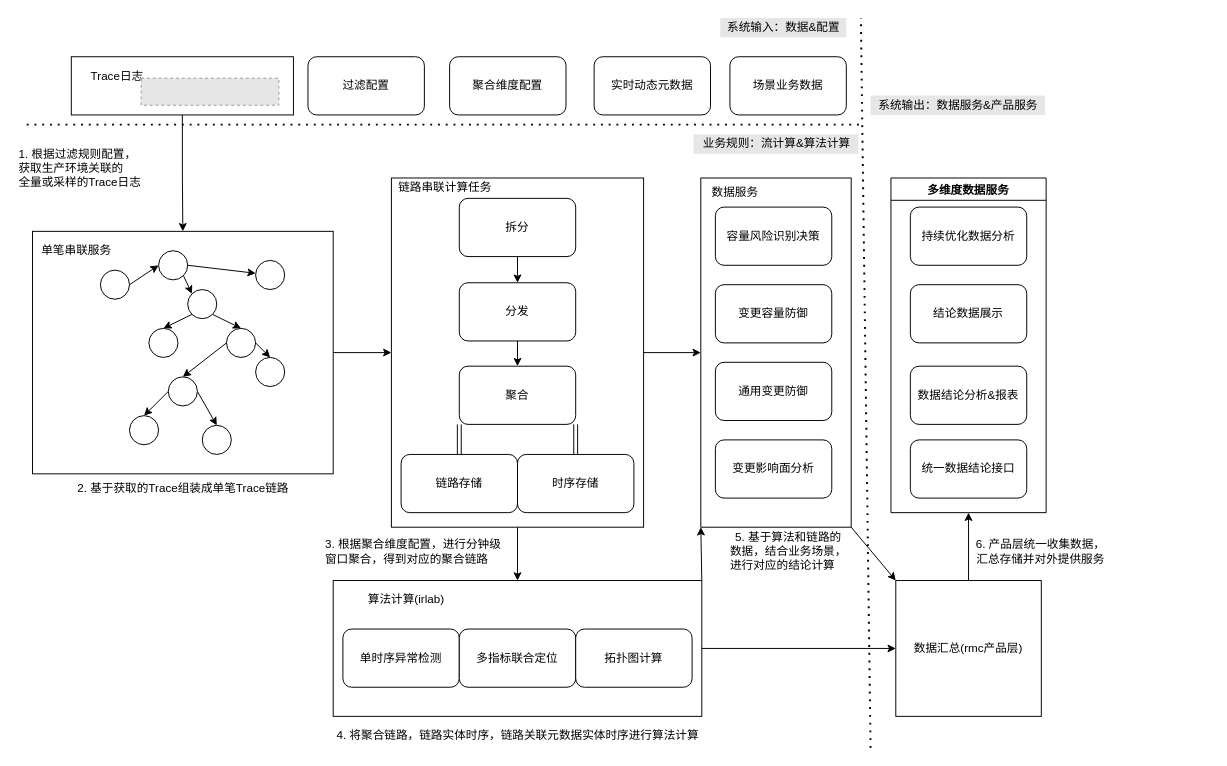
Above: 蚂蚁金服/整体工程结构.drawio in frankneu/draw.io (draw.io), before the change. Source tidied: cells renumbered, new cells numbered last; positions are measured from the earlier drawing's top-left corner, leaving out a move shared by most shapes. Both pictures are drawn from the tidied source at 97%, with x=0, y=0 at pixel (16, 17). Pictures stored in the file or linked from it are replaced by grey dashed boxes.
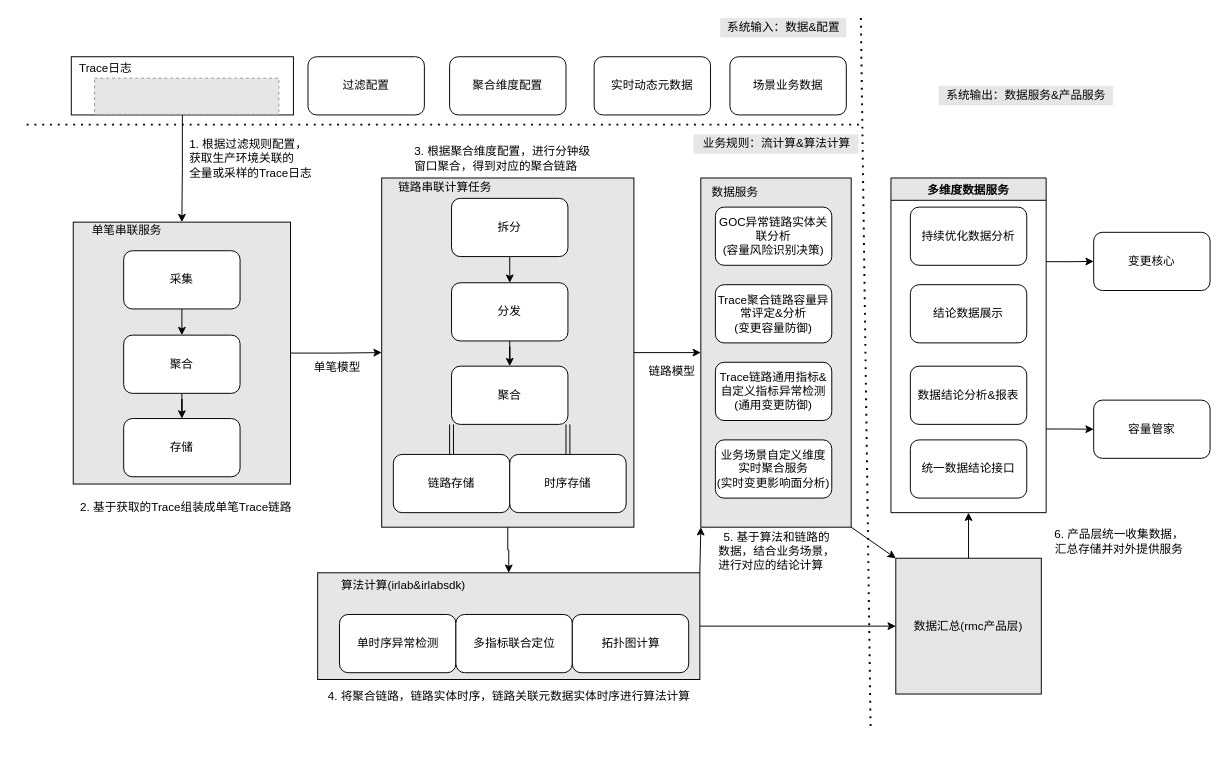
The same diagram, later.

Commit message (it also covers changes not shown here):
Update 整体工程结构.drawio

The edit, as a diff of the source:
```diff
@@
-    <mxCell id="2" style="rounded=0;whiteSpace=wrap;html=1;" parent="1" vertex="1">
+    <mxCell id="2" style="rounded=0;whiteSpace=wrap;html=1;fillColor=#E6E6E6;" parent="1" vertex="1">
       <mxGeometry x="705" y="165" width="155" height="360" as="geometry" />
     </mxCell>
@@
-    <mxCell id="6" style="rounded=0;whiteSpace=wrap;html=1;" parent="1" vertex="1">
-      <mxGeometry x="16" y="220" width="310" height="250" as="geometry" />
+    <mxCell id="6" style="rounded=0;whiteSpace=wrap;html=1;fillColor=#E6E6E6;" parent="1" vertex="1">
+      <mxGeometry x="58" y="210.5" width="224" height="270" as="geometry" />
     </mxCell>
@@
-    <mxCell id="8" style="edgeStyle=none;rounded=0;jettySize=auto;html=1;exitX=1;exitY=0.5;exitDx=0;exitDy=0;entryX=0;entryY=0.5;entryDx=0;entryDy=0;" parent="1" edge="1" source="10">
+    <mxCell id="8" style="edgeStyle=none;rounded=0;orthogonalLoop=1;jettySize=auto;html=1;exitX=1;exitY=0.5;exitDx=0;exitDy=0;entryX=0;entryY=0.5;entryDx=0;entryDy=0;" parent="1" edge="1">
       <mxGeometry relative="1" as="geometry">
-        <mxPoint x="576" y="347.5" as="targetPoint" />
+        <mxPoint x="628" y="345" as="sourcePoint" />
+        <mxPoint x="568" y="347.5" as="targetPoint" />
       </mxGeometry>
     </mxCell>
@@
-    <mxCell id="10" style="rounded=0;whiteSpace=wrap;html=1;" parent="1" vertex="1">
-      <mxGeometry x="386" y="165" width="260" height="360" as="geometry" />
+    <mxCell id="10" style="rounded=0;whiteSpace=wrap;html=1;fillColor=#E6E6E6;" parent="1" vertex="1">
+      <mxGeometry x="376" y="165" width="260" height="360" as="geometry" />
     </mxCell>
@@
-    <mxCell id="14" style="rounded=0;whiteSpace=wrap;html=1;" parent="1" vertex="1">
-      <mxGeometry x="326" y="580" width="380" height="140" as="geometry" />
+    <mxCell id="14" style="rounded=0;whiteSpace=wrap;html=1;fillColor=#E6E6E6;" parent="1" vertex="1">
+      <mxGeometry x="310" y="572" width="394" height="110" as="geometry" />
     </mxCell>
     <mxCell id="15" value="Trace日志" style="text;html=1;align=center;verticalAlign=middle;strokeColor=none;" parent="1" vertex="1">
-      <mxGeometry x="68" y="50" width="70" height="20" as="geometry" />
+      <mxGeometry x="56" y="42.2" width="70" height="20" as="geometry" />
     </mxCell>
     <mxCell id="16" value="单笔串联服务" style="text;html=1;align=center;verticalAlign=middle;strokeColor=none;" parent="1" vertex="1">
-      <mxGeometry x="16" y="230" width="90" height="20" as="geometry" />
+      <mxGeometry x="68" y="208.5" width="90" height="20" as="geometry" />
     </mxCell>
@@
-    <mxCell id="19" value="算法计算(irlab)" style="text;html=1;align=center;verticalAlign=middle;strokeColor=none;" parent="1" vertex="1">
-      <mxGeometry x="356" y="590" width="90" height="20" as="geometry" />
+    <mxCell id="19" value="算法计算(irlab&amp;amp;irlabsdk)" style="text;html=1;align=center;verticalAlign=middle;strokeColor=none;" parent="1" vertex="1">
+      <mxGeometry x="327.5" y="575" width="140" height="20" as="geometry" />
     </mxCell>
-    <mxCell id="20" style="rounded=0;jettySize=auto;html=1;exitX=0;exitY=1;exitDx=0;exitDy=0;entryX=0.5;entryY=0;entryDx=0;entryDy=0;" parent="1" edge="1" source="22" target="24">
-      <mxGeometry relative="1" as="geometry" />
-    </mxCell>
-    <mxCell id="21" style="rounded=0;jettySize=auto;html=1;exitX=1;exitY=1;exitDx=0;exitDy=0;entryX=0.5;entryY=0;entryDx=0;entryDy=0;" parent="1" edge="1" source="22" target="30">
-      <mxGeometry relative="1" as="geometry" />
-    </mxCell>
-    <mxCell id="22" style="ellipse;whiteSpace=wrap;html=1;" parent="1" vertex="1">
-      <mxGeometry x="176" y="280" width="30" height="30" as="geometry" />
-    </mxCell>
-    <mxCell id="23" style="ellipse;whiteSpace=wrap;html=1;" parent="1" vertex="1">
-      <mxGeometry x="191" y="420" width="30" height="30" as="geometry" />
-    </mxCell>
-    <mxCell id="24" style="ellipse;whiteSpace=wrap;html=1;" parent="1" vertex="1">
-      <mxGeometry x="136" y="320" width="30" height="30" as="geometry" />
-    </mxCell>
-    <mxCell id="25" style="rounded=0;jettySize=auto;html=1;exitX=1;exitY=0.5;exitDx=0;exitDy=0;entryX=0.5;entryY=0;entryDx=0;entryDy=0;" parent="1" edge="1" source="27" target="23">
-      <mxGeometry relative="1" as="geometry" />
-    </mxCell>
-    <mxCell id="26" style="rounded=0;jettySize=auto;html=1;exitX=0;exitY=0.5;exitDx=0;exitDy=0;entryX=0.5;entryY=0;entryDx=0;entryDy=0;" parent="1" edge="1" source="27" target="32">
-      <mxGeometry relative="1" as="geometry" />
-    </mxCell>
-    <mxCell id="27" style="ellipse;whiteSpace=wrap;html=1;" parent="1" vertex="1">
-      <mxGeometry x="156" y="370" width="30" height="30" as="geometry" />
-    </mxCell>
-    <mxCell id="28" style="rounded=0;jettySize=auto;html=1;exitX=1;exitY=0.5;exitDx=0;exitDy=0;entryX=0.5;entryY=0;entryDx=0;entryDy=0;" parent="1" edge="1" source="30" target="33">
-      <mxGeometry relative="1" as="geometry" />
-    </mxCell>
-    <mxCell id="29" style="rounded=0;jettySize=auto;html=1;exitX=0;exitY=0.5;exitDx=0;exitDy=0;entryX=0.5;entryY=0;entryDx=0;entryDy=0;" parent="1" edge="1" source="30" target="27">
-      <mxGeometry relative="1" as="geometry" />
-    </mxCell>
-    <mxCell id="30" style="ellipse;whiteSpace=wrap;html=1;" parent="1" vertex="1">
-      <mxGeometry x="216" y="320" width="30" height="30" as="geometry" />
-    </mxCell>
-    <mxCell id="31" style="ellipse;whiteSpace=wrap;html=1;" parent="1" vertex="1">
-      <mxGeometry x="246" y="250" width="30" height="30" as="geometry" />
-    </mxCell>
-    <mxCell id="32" style="ellipse;whiteSpace=wrap;html=1;" parent="1" vertex="1">
-      <mxGeometry x="116" y="410" width="30" height="30" as="geometry" />
-    </mxCell>
-    <mxCell id="33" style="ellipse;whiteSpace=wrap;html=1;" parent="1" vertex="1">
-      <mxGeometry x="246" y="350" width="30" height="30" as="geometry" />
-    </mxCell>
-    <mxCell id="34" style="rounded=0;jettySize=auto;html=1;exitX=1;exitY=0.5;exitDx=0;exitDy=0;entryX=0;entryY=0.5;entryDx=0;entryDy=0;" parent="1" edge="1" source="35" target="38">
-      <mxGeometry relative="1" as="geometry" />
-    </mxCell>
-    <mxCell id="35" style="ellipse;whiteSpace=wrap;html=1;" parent="1" vertex="1">
-      <mxGeometry x="86" y="260" width="30" height="30" as="geometry" />
-    </mxCell>
-    <mxCell id="36" style="rounded=0;jettySize=auto;html=1;exitX=1;exitY=0.5;exitDx=0;exitDy=0;" parent="1" edge="1" source="38" target="31">
-      <mxGeometry relative="1" as="geometry" />
-    </mxCell>
-    <mxCell id="37" style="rounded=0;jettySize=auto;html=1;exitX=1;exitY=1;exitDx=0;exitDy=0;entryX=0;entryY=0;entryDx=0;entryDy=0;" parent="1" edge="1" source="38" target="22">
-      <mxGeometry relative="1" as="geometry" />
-    </mxCell>
-    <mxCell id="38" style="ellipse;whiteSpace=wrap;html=1;" parent="1" vertex="1">
-      <mxGeometry x="146" y="240" width="30" height="30" as="geometry" />
-    </mxCell>
@@
     <mxCell id="40" value="分发" style="rounded=1;whiteSpace=wrap;html=1;" parent="1" vertex="1">
-      <mxGeometry x="456" y="273" width="120" height="60" as="geometry" />
+      <mxGeometry x="448" y="273" width="120" height="60" as="geometry" />
     </mxCell>
@@
     <mxCell id="42" value="聚合" style="rounded=1;whiteSpace=wrap;html=1;" parent="1" vertex="1">
-      <mxGeometry x="456" y="359" width="120" height="60" as="geometry" />
+      <mxGeometry x="448" y="359" width="120" height="60" as="geometry" />
     </mxCell>
@@
     <mxCell id="44" value="链路存储" style="rounded=1;whiteSpace=wrap;html=1;" parent="1" vertex="1">
-      <mxGeometry x="396" y="450" width="120" height="60" as="geometry" />
+      <mxGeometry x="388" y="450" width="120" height="60" as="geometry" />
     </mxCell>
     <mxCell id="45" style="fillColor=#E6E6E6;strokeColor=#999999;dashed=1;verticalLabelPosition=bottom;labelBackgroundColor=#ffffff;verticalAlign=top;" parent="1" vertex="1">
-      <mxGeometry x="128" y="62.1" width="142" height="27.9" as="geometry" />
+      <mxGeometry x="80" y="62.1" width="190" height="37.3" as="geometry" />
     </mxCell>
@@
     <mxCell id="47" value="时序存储" style="rounded=1;whiteSpace=wrap;html=1;" parent="1" vertex="1">
-      <mxGeometry x="516" y="450" width="120" height="60" as="geometry" />
+      <mxGeometry x="508" y="450" width="120" height="60" as="geometry" />
     </mxCell>
@@
     <mxCell id="50" value="拆分" style="rounded=1;whiteSpace=wrap;html=1;" parent="1" vertex="1">
-      <mxGeometry x="456" y="186" width="120" height="60" as="geometry" />
+      <mxGeometry x="448" y="186" width="120" height="60" as="geometry" />
     </mxCell>
     <mxCell id="51" value="单时序异常检测" style="rounded=1;whiteSpace=wrap;html=1;" parent="1" vertex="1">
-      <mxGeometry x="336" y="630" width="120" height="60" as="geometry" />
+      <mxGeometry x="332.5" y="615" width="120" height="60" as="geometry" />
     </mxCell>
     <mxCell id="52" value="多指标联合定位" style="rounded=1;whiteSpace=wrap;html=1;" parent="1" vertex="1">
-      <mxGeometry x="456" y="630" width="120" height="60" as="geometry" />
+      <mxGeometry x="452.5" y="615" width="120" height="60" as="geometry" />
     </mxCell>
     <mxCell id="53" value="拓扑图计算" style="rounded=1;whiteSpace=wrap;html=1;" parent="1" vertex="1">
-      <mxGeometry x="576" y="630" width="120" height="60" as="geometry" />
+      <mxGeometry x="572.5" y="615" width="120" height="60" as="geometry" />
     </mxCell>
@@
-    <mxCell id="55" value="数据汇总(rmc产品层)" style="rounded=0;whiteSpace=wrap;html=1;" parent="1" vertex="1">
-      <mxGeometry x="906" y="580" width="150" height="140" as="geometry" />
+    <mxCell id="55" value="数据汇总(rmc产品层)" style="rounded=0;whiteSpace=wrap;html=1;fillColor=#E6E6E6;" parent="1" vertex="1">
+      <mxGeometry x="906" y="557" width="150" height="140" as="geometry" />
     </mxCell>
@@
-    <mxCell id="57" value="容量风险识别决策" style="rounded=1;whiteSpace=wrap;html=1;" parent="1" vertex="1">
+    <mxCell id="57" value="GOC异常链路实体关联分析&lt;br&gt;(容量风险识别决策)" style="rounded=1;whiteSpace=wrap;html=1;" parent="1" vertex="1">
       <mxGeometry x="720" y="195" width="120" height="60" as="geometry" />
     </mxCell>
-    <mxCell id="58" value="变更容量防御" style="rounded=1;whiteSpace=wrap;html=1;" parent="1" vertex="1">
+    <mxCell id="58" value="Trace聚合链路容量异常评定&amp;amp;分析&lt;br&gt;(变更容量防御)" style="rounded=1;whiteSpace=wrap;html=1;" parent="1" vertex="1">
       <mxGeometry x="720" y="275" width="120" height="60" as="geometry" />
     </mxCell>
-    <mxCell id="59" value="通用变更防御" style="rounded=1;whiteSpace=wrap;html=1;" parent="1" vertex="1">
+    <mxCell id="59" value="Trace链路通用指标&amp;amp;自定义指标异常检测&lt;br&gt;(通用变更防御)" style="rounded=1;whiteSpace=wrap;html=1;" parent="1" vertex="1">
       <mxGeometry x="720" y="355" width="120" height="60" as="geometry" />
     </mxCell>
-    <mxCell id="60" value="变更影响面分析" style="rounded=1;whiteSpace=wrap;html=1;" parent="1" vertex="1">
+    <mxCell id="60" value="业务场景自定义维度实时聚合服务&lt;br&gt;(实时变更影响面分析)" style="rounded=1;whiteSpace=wrap;html=1;" parent="1" vertex="1">
       <mxGeometry x="720" y="435" width="120" height="60" as="geometry" />
     </mxCell>
     <mxCell id="61" style="endArrow=none;dashed=1;html=1;dashPattern=1 3;strokeWidth=2;" parent="1" edge="1">
       <mxGeometry relative="1" as="geometry">
-        <mxPoint x="880" y="752.5" as="sourcePoint" />
+        <mxPoint x="880" y="730" as="sourcePoint" />
         <mxPoint x="870" as="targetPoint" />
       </mxGeometry>
     </mxCell>
@@
     <mxCell id="64" value="系统输出：数据服务&amp;amp;产品服务" style="text;html=1;align=center;verticalAlign=middle;strokeColor=none;fillColor=#E6E6E6;" parent="1" vertex="1">
-      <mxGeometry x="880" y="80" width="180" height="20" as="geometry" />
+      <mxGeometry x="950" y="70" width="180" height="20" as="geometry" />
     </mxCell>
@@
     <mxCell id="69" value="1. 根据过滤规则配置，&lt;br&gt;获取生产环境关联的&lt;br&gt;全量或采样的Trace日志" style="text;html=1;align=left;verticalAlign=middle;strokeColor=none;" parent="1" vertex="1">
-      <mxGeometry y="130" width="140" height="50" as="geometry" />
+      <mxGeometry x="176" y="120" width="140" height="50" as="geometry" />
     </mxCell>
     <mxCell id="70" value="2. 基于获取的Trace组装成单笔Trace链路" style="text;html=1;align=center;verticalAlign=middle;strokeColor=none;" parent="1" vertex="1">
-      <mxGeometry x="56" y="475" width="230" height="20" as="geometry" />
+      <mxGeometry x="59" y="495" width="230" height="20" as="geometry" />
     </mxCell>
     <mxCell id="71" value="3. 根据聚合维度配置，进行分钟级&lt;br&gt;窗口聚合，得到对应的聚合链路" style="text;html=1;align=left;verticalAlign=middle;strokeColor=none;" parent="1" vertex="1">
-      <mxGeometry x="316" y="535" width="200" height="30" as="geometry" />
+      <mxGeometry x="407.5" y="130" width="200" height="30" as="geometry" />
     </mxCell>
     <mxCell id="72" value="4. 将聚合链路，链路实体时序，链路关联元数据实体时序进行算法计算" style="text;html=1;align=center;verticalAlign=middle;strokeColor=none;" parent="1" vertex="1">
-      <mxGeometry x="321" y="730" width="390" height="20" as="geometry" />
+      <mxGeometry x="312" y="690" width="390" height="20" as="geometry" />
     </mxCell>
     <mxCell id="73" value="5. 基于算法和链路的&lt;br&gt;数据，结合业务场景，&lt;br&gt;&lt;div style=&quot;text-align: left&quot;&gt;&lt;span&gt;进行对应的结论计算&lt;/span&gt;&lt;/div&gt;" style="text;html=1;align=center;verticalAlign=middle;strokeColor=none;" parent="1" vertex="1">
-      <mxGeometry x="725" y="525" width="140" height="50" as="geometry" />
+      <mxGeometry x="712.5" y="525" width="140" height="50" as="geometry" />
     </mxCell>
     <mxCell id="74" value="6. 产品层统一收集数据，&lt;br&gt;汇总存储并对外提供服务" style="text;html=1;align=center;verticalAlign=middle;strokeColor=none;" parent="1" vertex="1">
-      <mxGeometry x="980" y="535" width="150" height="30" as="geometry" />
+      <mxGeometry x="1061" y="525" width="150" height="30" as="geometry" />
     </mxCell>
+    <mxCell id="78" style="edgeStyle=orthogonalEdgeStyle;rounded=0;jettySize=auto;html=1;exitX=1;exitY=0.25;exitDx=0;exitDy=0;entryX=0;entryY=0.5;entryDx=0;entryDy=0;" parent="1" edge="1" source="75" target="80">
+      <mxGeometry relative="1" as="geometry" />
+    </mxCell>
+    <mxCell id="79" style="edgeStyle=orthogonalEdgeStyle;rounded=0;jettySize=auto;html=1;exitX=1;exitY=0.75;exitDx=0;exitDy=0;entryX=0;entryY=0.5;entryDx=0;entryDy=0;" parent="1" edge="1" source="75" target="81">
+      <mxGeometry relative="1" as="geometry" />
+    </mxCell>
-    <mxCell id="75" value="多维度数据服务" style="swimlane;startSize=23;" parent="1" vertex="1">
+    <mxCell id="75" value="多维度数据服务" style="swimlane;startSize=23;fillColor=#E6E6E6;" parent="1" vertex="1">
       <mxGeometry x="901" y="165" width="160" height="345" as="geometry" />
     </mxCell>
@@
+    <mxCell id="80" value="变更核心" style="rounded=1;whiteSpace=wrap;html=1;" parent="1" vertex="1">
+      <mxGeometry x="1110" y="221" width="120" height="60" as="geometry" />
+    </mxCell>
+    <mxCell id="81" value="容量管家" style="rounded=1;whiteSpace=wrap;html=1;" parent="1" vertex="1">
+      <mxGeometry x="1110" y="394" width="120" height="60" as="geometry" />
+    </mxCell>
+    <mxCell id="82" value="单笔模型" style="text;html=1;align=center;verticalAlign=middle;strokeColor=none;" parent="1" vertex="1">
+      <mxGeometry x="300" y="350" width="60" height="20" as="geometry" />
+    </mxCell>
+    <mxCell id="83" value="链路模型" style="text;html=1;align=center;verticalAlign=middle;strokeColor=none;" parent="1" vertex="1">
+      <mxGeometry x="645" y="355" width="60" height="20" as="geometry" />
+    </mxCell>
+    <mxCell id="84" style="edgeStyle=orthogonalEdgeStyle;rounded=0;jettySize=auto;html=1;" parent="1" edge="1" source="85" target="86">
+      <mxGeometry relative="1" as="geometry" />
+    </mxCell>
+    <mxCell id="85" value="聚合" style="rounded=1;whiteSpace=wrap;html=1;" parent="1" vertex="1">
+      <mxGeometry x="110" y="327" width="120" height="60" as="geometry" />
+    </mxCell>
+    <mxCell id="86" value="存储" style="rounded=1;whiteSpace=wrap;html=1;" parent="1" vertex="1">
+      <mxGeometry x="110" y="413" width="120" height="60" as="geometry" />
+    </mxCell>
+    <mxCell id="87" style="edgeStyle=none;rounded=0;jettySize=auto;html=1;exitX=0.5;exitY=1;exitDx=0;exitDy=0;entryX=0.5;entryY=0;entryDx=0;entryDy=0;" parent="1" edge="1" source="88" target="85">
+      <mxGeometry relative="1" as="geometry" />
+    </mxCell>
+    <mxCell id="88" value="采集" style="rounded=1;whiteSpace=wrap;html=1;" parent="1" vertex="1">
+      <mxGeometry x="110" y="240" width="120" height="60" as="geometry" />
+    </mxCell>
```
